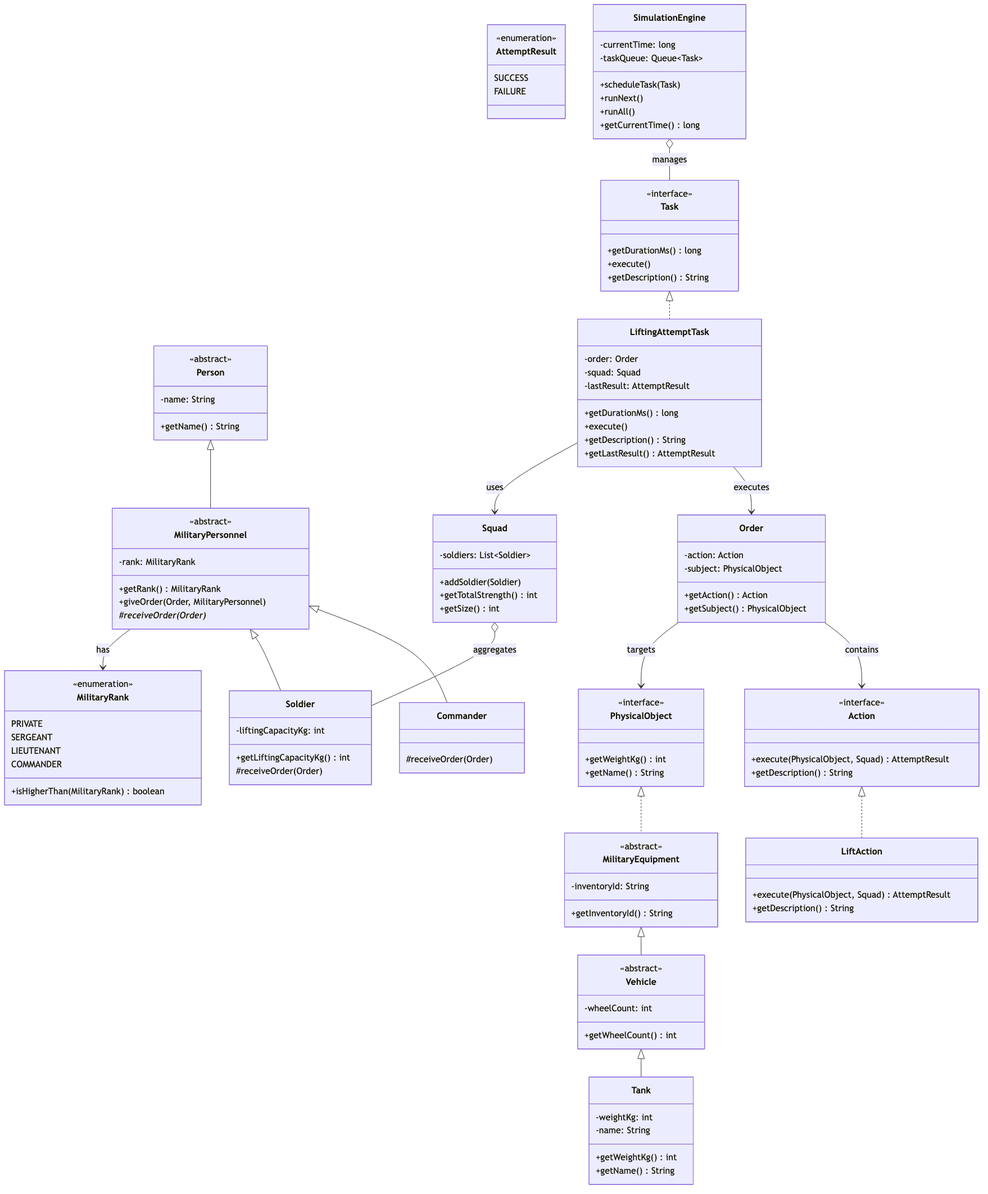
Earlier version of the Mermaid export report/uml.png (lavrentious/tpolab). Its source is kept beside it as uml.mmd. The source it was exported from:
```mermaid
classDiagram
    class PhysicalObject {
        <<interface>>
        +getWeightKg() int
        +getName() String
    }
    class MilitaryEquipment {
        <<abstract>>
        -inventoryId: String
        +getInventoryId() String
    }
    class Vehicle {
        <<abstract>>
        -wheelCount: int
        +getWheelCount() int
    }
    class Tank {
        -weightKg: int
        -name: String
        +getWeightKg() int
        +getName() String
    }
    PhysicalObject <|.. MilitaryEquipment
    MilitaryEquipment <|-- Vehicle
    Vehicle <|-- Tank

    class Person {
        <<abstract>>
        -name: String
        +getName() String
    }
    class MilitaryPersonnel {
        <<abstract>>
        -rank: MilitaryRank
        +getRank() MilitaryRank
        +giveOrder(Order, MilitaryPersonnel)
        #receiveOrder(Order)*
    }
    class Commander {
        #receiveOrder(Order)
    }
    class Soldier {
        -liftingCapacityKg: int
        +getLiftingCapacityKg() int
        #receiveOrder(Order)
    }
    class MilitaryRank {
        <<enumeration>>
        PRIVATE
        SERGEANT
        LIEUTENANT
        COMMANDER
        +isHigherThan(MilitaryRank) boolean
    }
    class Squad {
        -soldiers: List~Soldier~
        +addSoldier(Soldier)
        +getTotalStrength() int
        +getSize() int
    }

    Person <|-- MilitaryPersonnel
    MilitaryPersonnel <|-- Commander
    MilitaryPersonnel <|-- Soldier
    MilitaryPersonnel --> MilitaryRank : has
    Squad o-- Soldier : aggregates

    class Action {
        <<interface>>
        +execute(PhysicalObject, Squad) AttemptResult
        +getDescription() String
    }
    class LiftAction {
        +execute(PhysicalObject, Squad) AttemptResult
        +getDescription() String
    }
    class Order {
        -action: Action
        -subject: PhysicalObject
        +getAction() Action
        +getSubject() PhysicalObject
    }
    class AttemptResult {
        <<enumeration>>
        SUCCESS
        FAILURE
    }

    Action <|.. LiftAction
    Order --> Action : contains
    Order --> PhysicalObject : targets

    class Task {
        <<interface>>
        +getDurationMs() long
        +execute()
        +getDescription() String
    }
    class LiftingAttemptTask {
        -order: Order
        -squad: Squad
        -lastResult: AttemptResult
        +getDurationMs() long
        +execute()
        +getDescription() String
        +getLastResult() AttemptResult
    }
    class SimulationEngine {
        -currentTime: long
        -taskQueue: Queue~Task~
        +scheduleTask(Task)
        +runNext()
        +runAll()
        +getCurrentTime() long
    }

    Task <|.. LiftingAttemptTask
    LiftingAttemptTask --> Order : executes
    LiftingAttemptTask --> Squad : uses
    SimulationEngine o-- Task : manages
```
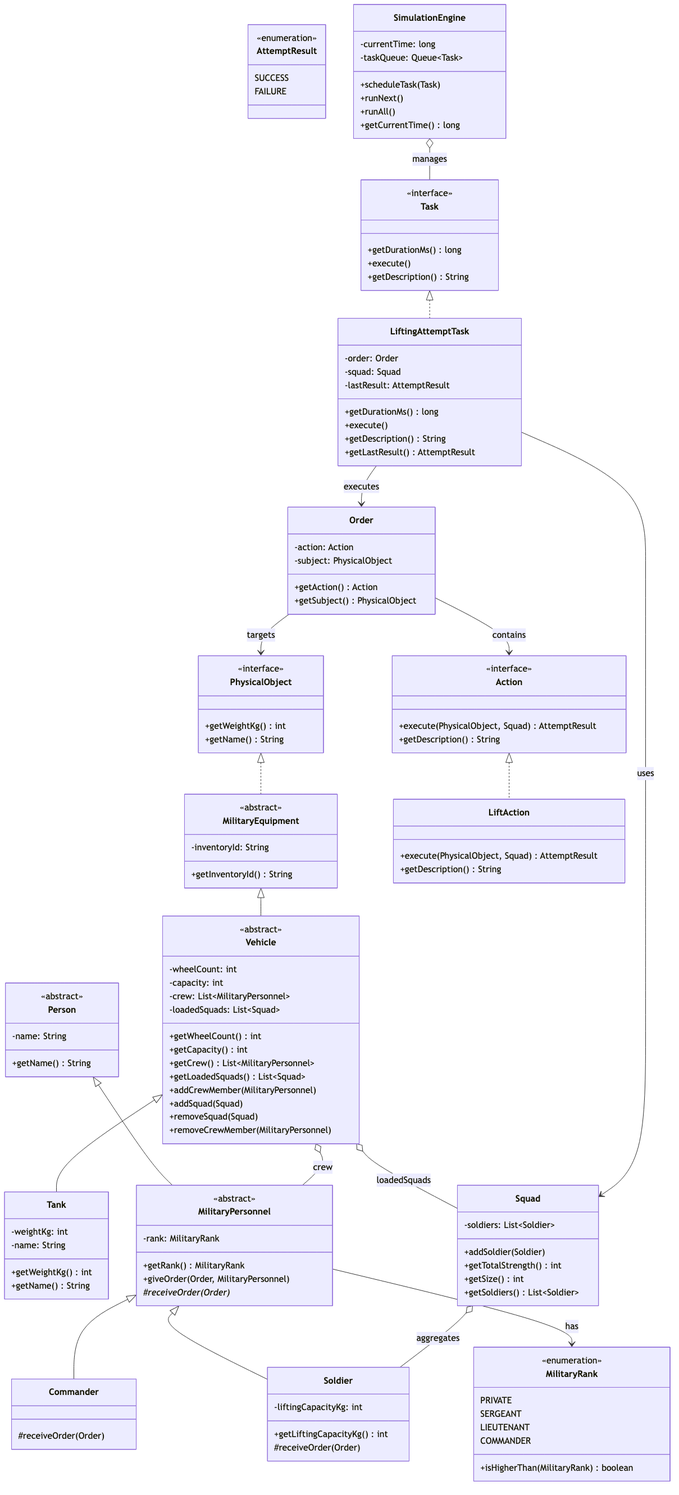
Later version of the same file.

Commit message:
feat: vehicle crew

The edit, as a diff of the source:
```diff
@@ -12,7 +12,17 @@
     class Vehicle {
         <<abstract>>
         -wheelCount: int
+        -capacity: int
+        -crew: List~MilitaryPersonnel~
+        -loadedSquads: List~Squad~
         +getWheelCount() int
+        +getCapacity() int
+        +getCrew() List~MilitaryPersonnel~
+        +getLoadedSquads() List~Squad~
+        +addCrewMember(MilitaryPersonnel)
+        +addSquad(Squad)
+        +removeSquad(Squad)
+        +removeCrewMember(MilitaryPersonnel)
     }
     class Tank {
         -weightKg: int
@@ -57,6 +67,7 @@
         +addSoldier(Soldier)
         +getTotalStrength() int
         +getSize() int
+        +getSoldiers() List~Soldier~
     }
 
     Person <|-- MilitaryPersonnel
@@ -64,6 +75,9 @@
     MilitaryPersonnel <|-- Soldier
     MilitaryPersonnel --> MilitaryRank : has
     Squad o-- Soldier : aggregates
+
+    Vehicle o-- MilitaryPersonnel : crew
+    Vehicle o-- Squad : loadedSquads
 
     class Action {
         <<interface>>
```
